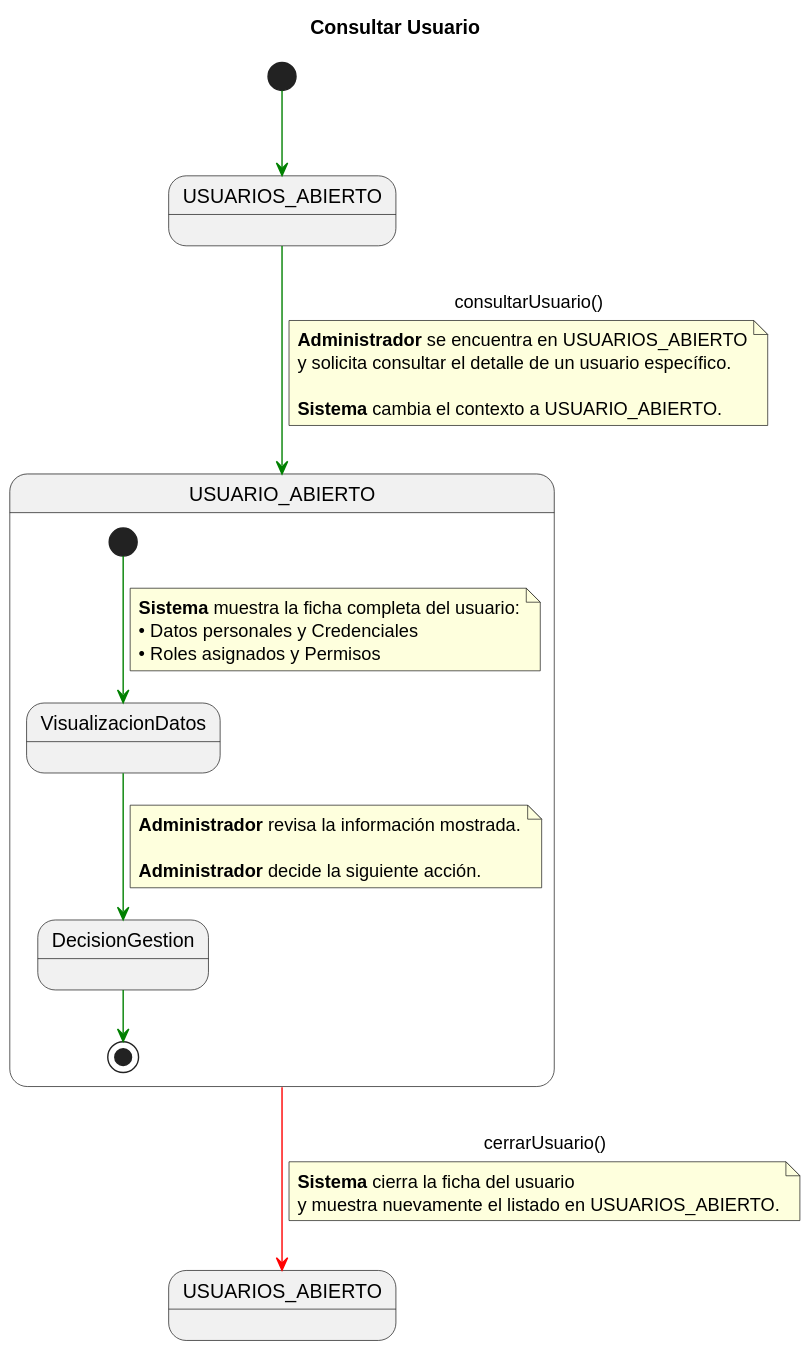
Earlier version of the PlantUML export documents/CasosDeUso/DetalladoCasosDeUso/Administrador/consultarUsuario.svg (enmabry/25-26-IdSw1-SdR).
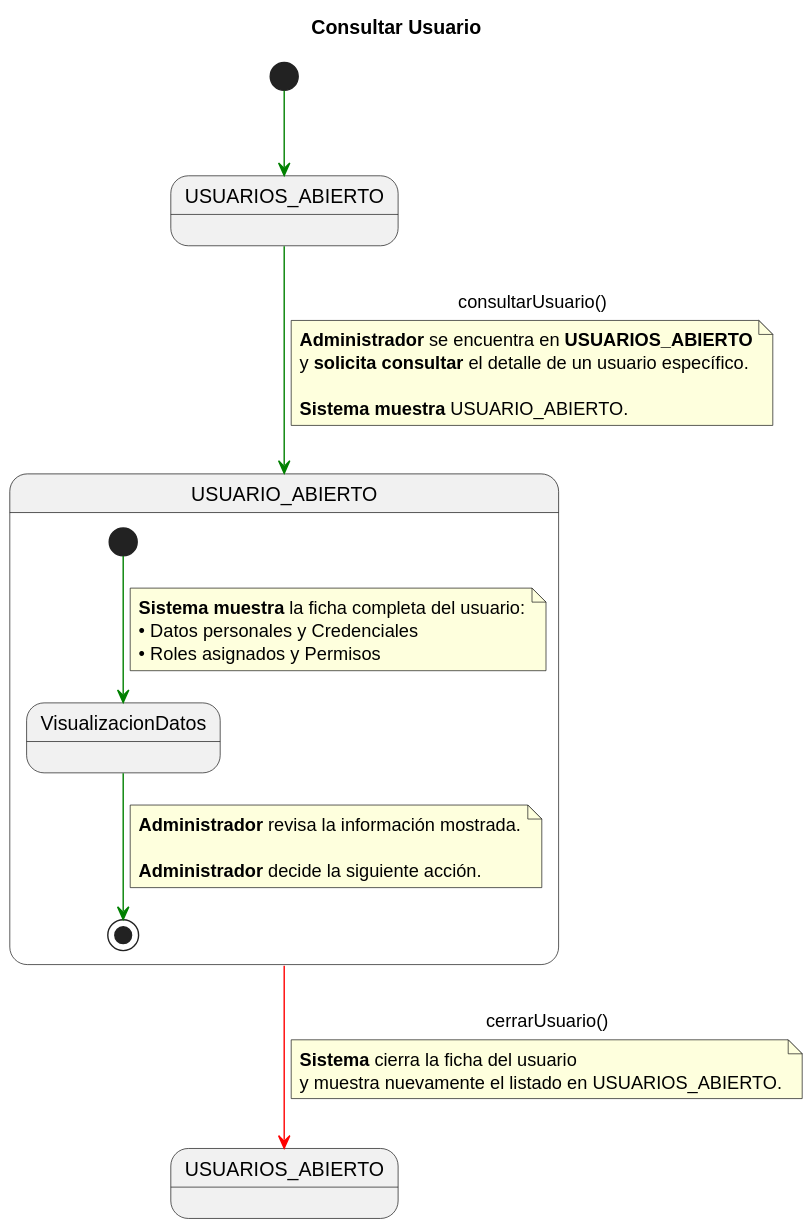
After the change.

What changed in the source:
```diff
@@ -10,32 +10,29 @@
 
 USUARIOS_ABIERTO_INICIAL -[#green]-> USUARIO_ABIERTO_COMP : consultarUsuario()
 note on link
-<b>Administrador</b> se encuentra en USUARIOS_ABIERTO
-y solicita consultar el detalle de un usuario específico.
+<b>Administrador</b> se encuentra en <b>USUARIOS_ABIERTO</b>
+y <b>solicita consultar</b> el detalle de un usuario específico.
 
-<b>Sistema</b> cambia el contexto a USUARIO_ABIERTO.
+<b>Sistema muestra</b> USUARIO_ABIERTO.
 end note
 
 state USUARIO_ABIERTO_COMP as "USUARIO_ABIERTO" {
 
     state VisualizacionDatos
-    state DecisionGestion
 
     [*] -[#green]-> VisualizacionDatos
     note on link
-    <b>Sistema</b> muestra la ficha completa del usuario:
+    <b>Sistema muestra</b> la ficha completa del usuario:
     • Datos personales y Credenciales
     • Roles asignados y Permisos
     end note
 
-    VisualizacionDatos -[#green]-> DecisionGestion
+    VisualizacionDatos -[#green]-> [*]
     note on link
     <b>Administrador</b> revisa la información mostrada.
 
     <b>Administrador</b> decide la siguiente acción.
     end note
-
-    DecisionGestion -[#green]-> [*]
 }
 
 USUARIO_ABIERTO_COMP -[#red]-> USUARIOS_ABIERTO_FINAL : cerrarUsuario()
```
